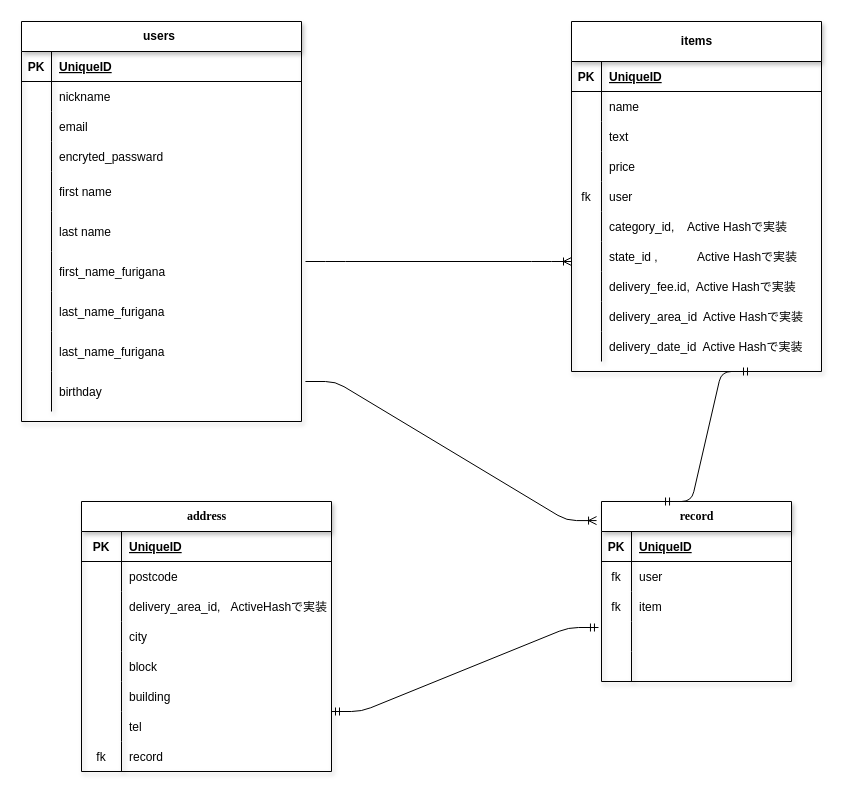
The draw.io diagram test.dio in yapasupa/furima-33079, before the edit. Source tidied: cells renumbered, new cells numbered last; positions are measured from the earlier drawing's top-left corner, leaving out a move shared by most shapes. Both pictures are drawn from the tidied source at 100%, with x=0, y=0 at pixel (21, 21).
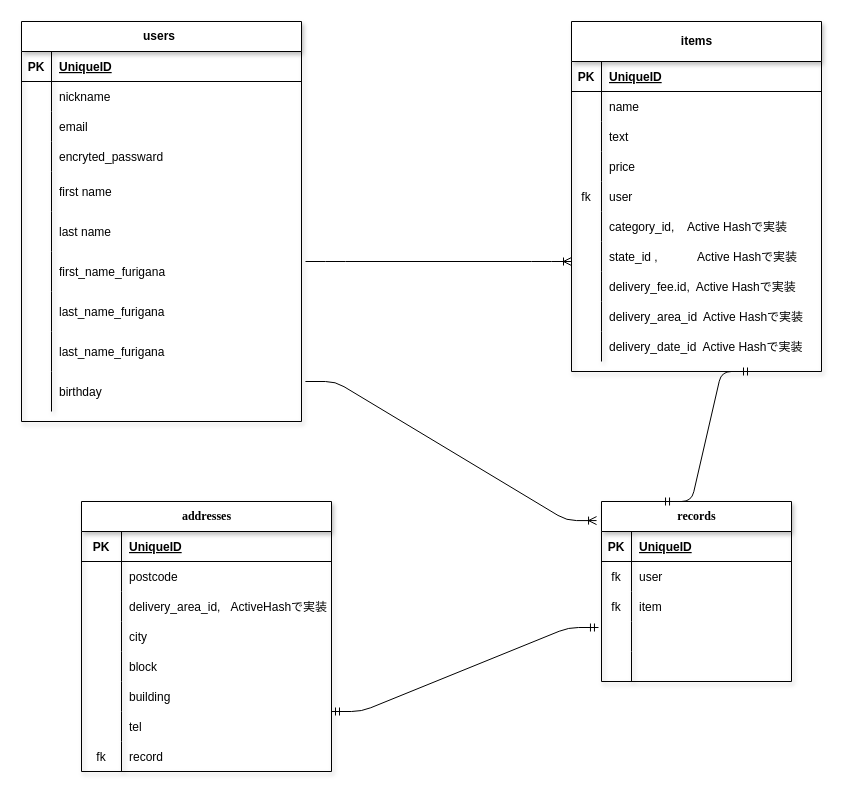
After the change.

Diff of the diagram source:
```diff
@@
-    <mxCell id="64" value="address" style="shape=table;startSize=30;childLayout=tableLayout;rowLines=0;fontStyle=1;align=center;shadow=1;fontFamily=Times New Roman;html=1;" parent="1" vertex="1">
+    <mxCell id="64" value="addresses" style="shape=table;startSize=30;childLayout=tableLayout;rowLines=0;fontStyle=1;align=center;shadow=1;fontFamily=Times New Roman;html=1;" parent="1" vertex="1">
       <mxGeometry x="60" y="480" width="250" height="270" as="geometry" />
     </mxCell>
@@
-    <mxCell id="89" value="record" style="shape=table;startSize=30;childLayout=tableLayout;rowLines=0;fontStyle=1;align=center;shadow=1;fontFamily=Times New Roman;html=1;" parent="1" vertex="1">
+    <mxCell id="89" value="records" style="shape=table;startSize=30;childLayout=tableLayout;rowLines=0;fontStyle=1;align=center;shadow=1;fontFamily=Times New Roman;html=1;" parent="1" vertex="1">
       <mxGeometry x="580" y="480" width="190" height="180" as="geometry" />
     </mxCell>
```
